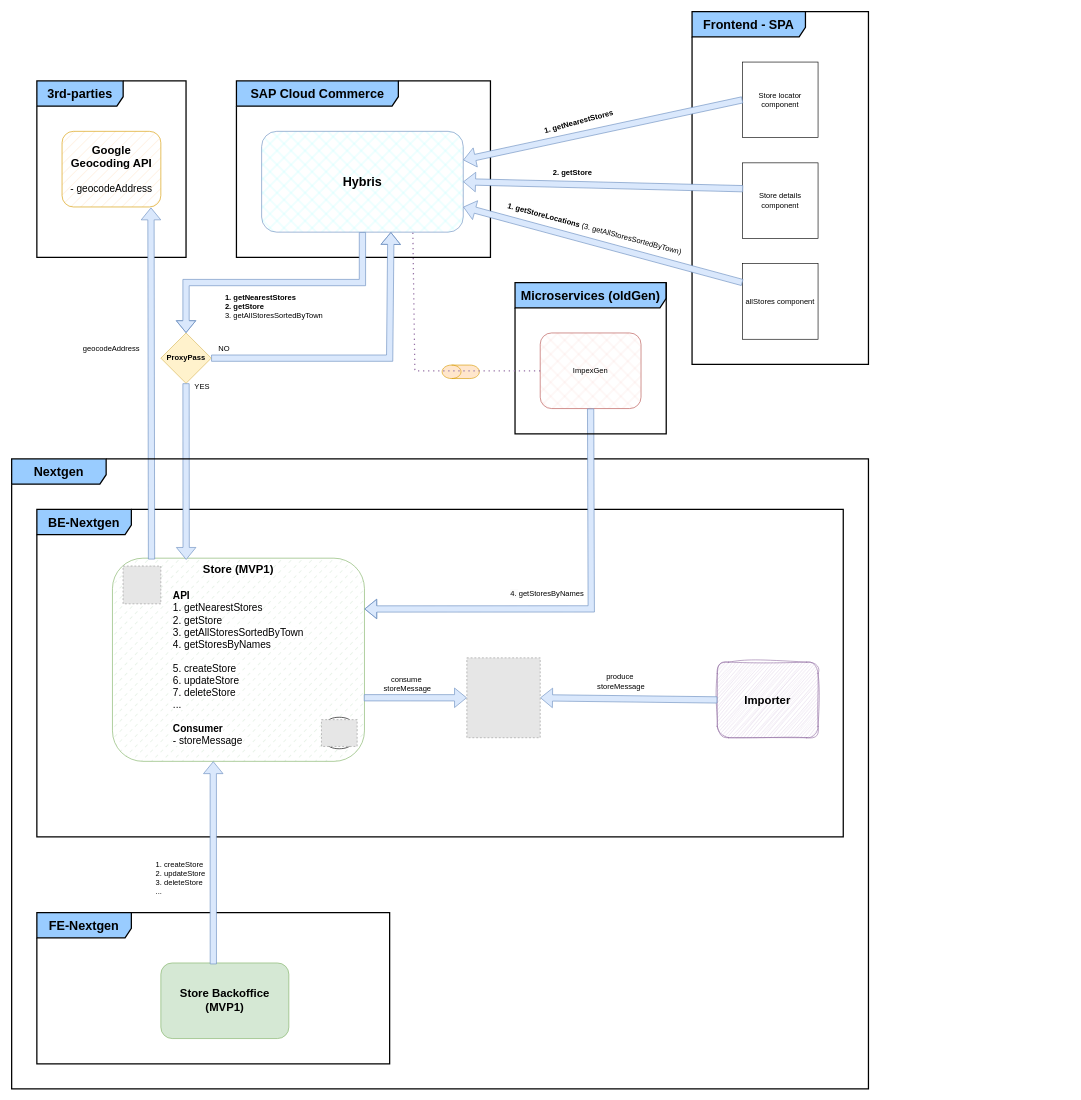
This is graphs/store-macroservice.drawio from d-figuccia/draw-io, a draw.io file, before an edit. Source tidied: cells renumbered, new cells numbered last; positions are measured from the earlier drawing's top-left corner, leaving out a move shared by most shapes. Both pictures are drawn from the tidied source at 63%, with x=0, y=0 at pixel (11, 11). Pictures stored in the file or linked from it are replaced by grey dashed boxes.
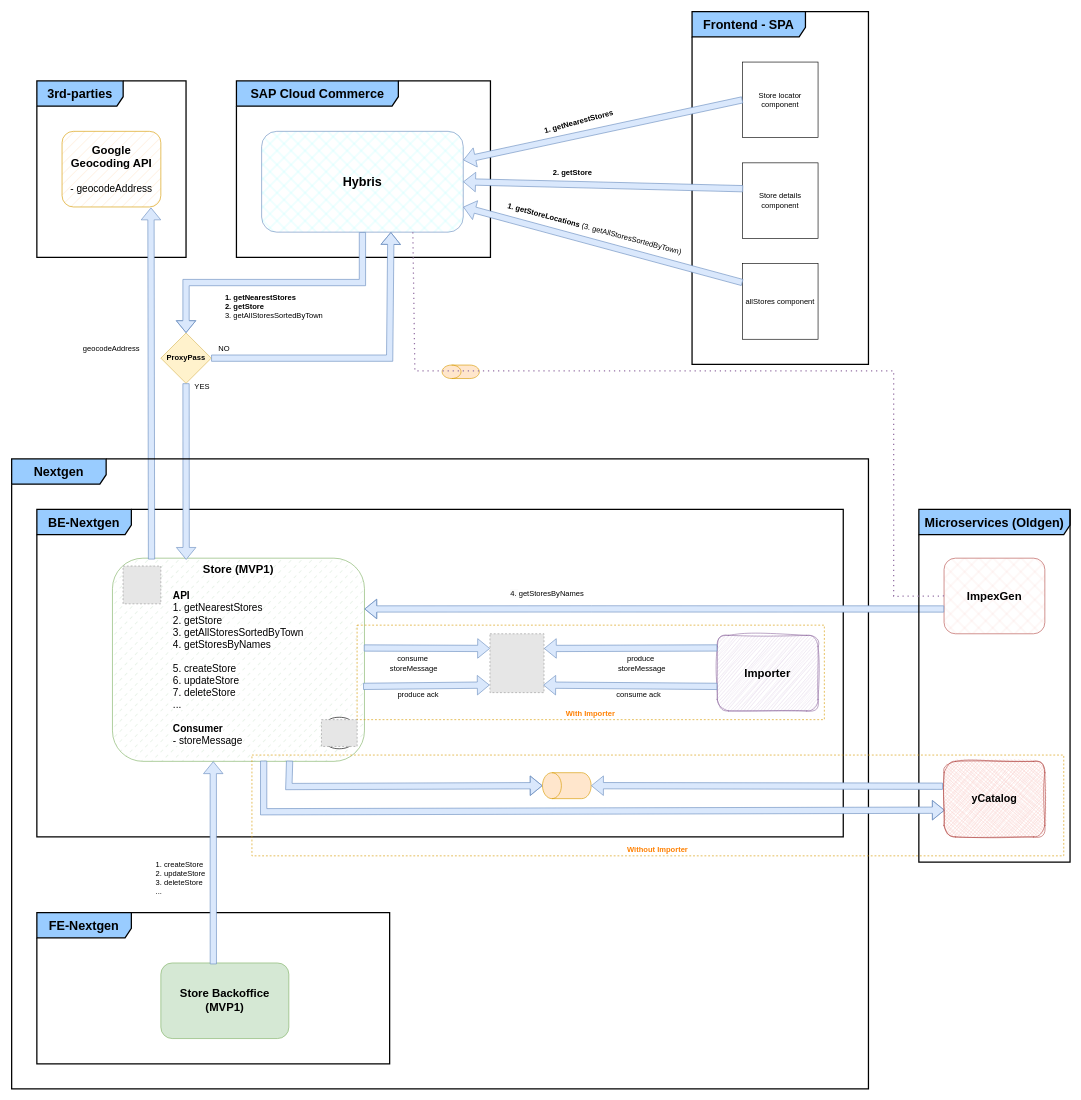
Above is the later version.

The change refers to these unchanged cells:
```xml
<mxCell id="5" value="&lt;span style=&quot;font-size: 18px; font-weight: 700; text-align: left;&quot;&gt;Store (MVP1)&lt;/span&gt;&lt;div&gt;&lt;span style=&quot;font-size: 18px; font-weight: 700; text-align: left;&quot;&gt;&lt;br&gt;&lt;/span&gt;&lt;/div&gt;&lt;div style=&quot;text-align: left; font-size: 16px;&quot;&gt;&lt;font style=&quot;font-size: 16px;&quot;&gt;&lt;b&gt;API&lt;/b&gt;&lt;/font&gt;&lt;/div&gt;&lt;div style=&quot;text-align: left; font-size: 16px;&quot;&gt;&lt;font style=&quot;font-size: 16px;&quot;&gt;1.&amp;nbsp;&lt;span style=&quot;background-color: initial; text-align: center; text-wrap: nowrap;&quot;&gt;getNearestStores&lt;/span&gt;&lt;/font&gt;&lt;/div&gt;&lt;div style=&quot;text-align: left; font-size: 16px;&quot;&gt;&lt;font style=&quot;font-size: 16px;&quot;&gt;&lt;span style=&quot;&quot;&gt;2.&amp;nbsp;&lt;/span&gt;&lt;span style=&quot;background-color: initial; text-align: center; text-wrap: nowrap;&quot;&gt;getStore&lt;/span&gt;&lt;/font&gt;&lt;/div&gt;&lt;div style=&quot;text-align: left; font-size: 16px;&quot;&gt;&lt;font style=&quot;font-size: 16px;&quot;&gt;3.&amp;nbsp;&lt;span style=&quot;background-color: rgb(255, 255, 255); text-wrap: nowrap; text-align: center;&quot;&gt;getAllStoresSortedByTown&lt;/span&gt;&lt;/font&gt;&lt;/div&gt;&lt;div style=&quot;text-align: left; font-size: 16px;&quot;&gt;&lt;font style=&quot;font-size: 16px;&quot;&gt;&lt;span style=&quot;background-color: rgb(255, 255, 255); text-wrap: nowrap; text-align: center;&quot;&gt;4.&amp;nbsp;&lt;/span&gt;&lt;/font&gt;&lt;span style=&quot;background-color: rgb(255, 255, 255); text-wrap: nowrap; text-align: center;&quot;&gt;getStoresByNames&lt;/span&gt;&lt;/div&gt;&lt;div style=&quot;text-align: left; font-size: 16px;&quot;&gt;&lt;font style=&quot;font-size: 16px;&quot;&gt;&lt;span style=&quot;background-color: rgb(255, 255, 255); text-wrap: nowrap; text-align: center;&quot;&gt;&lt;br&gt;&lt;/span&gt;&lt;/font&gt;&lt;/div&gt;&lt;div style=&quot;text-align: left; font-size: 16px;&quot;&gt;&lt;font style=&quot;font-size: 16px;&quot;&gt;&lt;span style=&quot;background-color: rgb(255, 255, 255); text-wrap: nowrap; text-align: center;&quot;&gt;5. createStore&lt;/span&gt;&lt;/font&gt;&lt;/div&gt;&lt;div style=&quot;text-align: left; font-size: 16px;&quot;&gt;&lt;font style=&quot;font-size: 16px;&quot;&gt;&lt;span style=&quot;background-color: rgb(255, 255, 255); text-wrap: nowrap; text-align: center;&quot;&gt;6. updateStore&lt;/span&gt;&lt;/font&gt;&lt;/div&gt;&lt;div style=&quot;text-align: left; font-size: 16px;&quot;&gt;&lt;font style=&quot;font-size: 16px;&quot;&gt;&lt;span style=&quot;background-color: rgb(255, 255, 255); text-wrap: nowrap; text-align: center;&quot;&gt;7. deleteStore&lt;/span&gt;&lt;/font&gt;&lt;/div&gt;&lt;div style=&quot;text-align: left; font-size: 16px;&quot;&gt;&lt;font style=&quot;font-size: 16px;&quot;&gt;&lt;span style=&quot;background-color: rgb(255, 255, 255); text-wrap: nowrap; text-align: center;&quot;&gt;...&lt;/span&gt;&lt;/font&gt;&lt;span style=&quot;background-color: rgb(255, 255, 255); text-align: center; text-wrap: nowrap;&quot;&gt;&amp;nbsp;&lt;/span&gt;&lt;/div&gt;&lt;div style=&quot;text-align: left; font-size: 16px;&quot;&gt;&lt;font style=&quot;font-size: 16px;&quot;&gt;&lt;span style=&quot;background-color: rgb(255, 255, 255); text-wrap: nowrap; text-align: center;&quot;&gt;&lt;br&gt;&lt;/span&gt;&lt;/font&gt;&lt;/div&gt;&lt;div style=&quot;text-align: left; font-size: 16px;&quot;&gt;&lt;font style=&quot;font-size: 16px;&quot;&gt;&lt;span style=&quot;background-color: rgb(255, 255, 255); text-wrap: nowrap; text-align: center;&quot;&gt;&lt;b&gt;Consumer&lt;/b&gt;&lt;/span&gt;&lt;/font&gt;&lt;/div&gt;&lt;div style=&quot;text-align: left; font-size: 16px;&quot;&gt;&lt;font style=&quot;font-size: 16px;&quot;&gt;&lt;span style=&quot;background-color: rgb(255, 255, 255); text-wrap: nowrap; text-align: center;&quot;&gt;- storeMessage&lt;/span&gt;&lt;/font&gt;&lt;/div&gt;" style="rounded=1;whiteSpace=wrap;html=1;glass=0;shadow=0;fillColor=#d5e8d4;strokeColor=#82b366;fillStyle=dashed;verticalAlign=top;" parent="1" vertex="1">
  <mxGeometry x="160" y="867.5" width="400" height="322.5" as="geometry" />
</mxCell>
<mxCell id="12" value="&lt;font style=&quot;font-size: 20px;&quot;&gt;Hybris&lt;/font&gt;" style="rounded=1;whiteSpace=wrap;html=1;fillStyle=cross-hatch;fillColor=#99FFFF;strokeColor=#6c8ebf;fontSize=18;fontStyle=1;verticalAlign=middle;" parent="1" vertex="1">
  <mxGeometry x="396.8" y="190" width="320" height="160" as="geometry" />
</mxCell>
```

Change to the diagram source:
```diff
@@
     <mxCell id="2" value="&lt;span style=&quot;font-size: 18px; font-weight: 700; text-align: left;&quot;&gt;Importer&lt;/span&gt;" style="rounded=1;whiteSpace=wrap;html=1;sketch=1;curveFitting=1;jiggle=2;glass=0;shadow=0;fillColor=#e1d5e7;strokeColor=#9673a6;" parent="1" vertex="1">
-      <mxGeometry x="1120" y="1032.5" width="160" height="120" as="geometry" />
+      <mxGeometry x="1120" y="990" width="160" height="120" as="geometry" />
     </mxCell>
-    <mxCell id="3" style="shape=flexArrow;endArrow=classic;html=1;rounded=0;exitX=0;exitY=0.5;exitDx=0;exitDy=0;fillColor=#dae8fc;strokeColor=#6c8ebf;entryX=1;entryY=0.5;entryDx=0;entryDy=0;" parent="1" edge="1" source="2" target="45">
-      <mxGeometry relative="1" as="geometry" />
+    <mxCell id="3" style="shape=flexArrow;endArrow=classic;html=1;rounded=0;fillColor=#dae8fc;strokeColor=#6c8ebf;entryX=1;entryY=0.25;entryDx=0;entryDy=0;" parent="1" edge="1" target="45">
+      <mxGeometry relative="1" as="geometry">
+        <mxPoint x="1120" y="1010" as="sourcePoint" />
+      </mxGeometry>
     </mxCell>
-    <mxCell id="4" value="produce&amp;nbsp;&lt;div style=&quot;font-size: 12px;&quot;&gt;storeMessage&lt;/div&gt;" style="edgeLabel;html=1;align=center;verticalAlign=middle;fontSize=12;" parent="3" vertex="1">
+    <mxCell id="4" value="produce&amp;nbsp;&lt;div style=&quot;font-size: 12px;&quot;&gt;storeMessage&lt;/div&gt;" style="edgeLabel;html=1;align=center;verticalAlign=middle;fontSize=12;labelBackgroundColor=default;" parent="3" vertex="1">
       <mxGeometry x="0.28" y="1" relative="1" as="geometry">
-        <mxPoint x="26" y="-29" as="offset" />
+        <mxPoint x="55" y="23" as="offset" />
       </mxGeometry>
     </mxCell>
@@
-    <mxCell id="6" style="shape=flexArrow;endArrow=classic;html=1;rounded=0;fillColor=#dae8fc;strokeColor=#6c8ebf;entryX=0;entryY=0.5;entryDx=0;entryDy=0;exitX=0.998;exitY=0.687;exitDx=0;exitDy=0;exitPerimeter=0;" parent="1" edge="1" source="5" target="45">
+    <mxCell id="6" style="shape=flexArrow;endArrow=classic;html=1;rounded=0;fillColor=#dae8fc;strokeColor=#6c8ebf;entryX=0;entryY=0.25;entryDx=0;entryDy=0;exitX=0.998;exitY=0.442;exitDx=0;exitDy=0;exitPerimeter=0;" parent="1" edge="1" source="5" target="45">
       <mxGeometry relative="1" as="geometry" />
     </mxCell>
-    <mxCell id="7" value="consume&amp;nbsp;&lt;div style=&quot;font-size: 12px;&quot;&gt;storeMessage&lt;/div&gt;" style="edgeLabel;html=1;align=center;verticalAlign=middle;fontSize=12;" parent="1" vertex="1">
-      <mxGeometry x="660" y="1032.5" as="geometry">
+    <mxCell id="7" value="consume&amp;nbsp;&lt;div style=&quot;font-size: 12px;&quot;&gt;storeMessage&lt;/div&gt;" style="edgeLabel;html=1;align=center;verticalAlign=middle;fontSize=12;labelBackgroundColor=default;" parent="1" vertex="1">
+      <mxGeometry x="670" y="1000" as="geometry">
         <mxPoint x="-33" y="34" as="offset" />
       </mxGeometry>
     </mxCell>
@@
-    <mxCell id="37" value="ImpexGen" style="rounded=1;whiteSpace=wrap;html=1;fillColor=#f8cecc;strokeColor=#b85450;fillStyle=cross-hatch;" parent="1" vertex="1">
-      <mxGeometry x="839" y="510" width="160" height="120" as="geometry" />
+    <mxCell id="37" value="&lt;b&gt;&lt;font style=&quot;font-size: 18px;&quot;&gt;ImpexGen&lt;/font&gt;&lt;/b&gt;" style="rounded=1;whiteSpace=wrap;html=1;fillColor=#f8cecc;strokeColor=#b85450;fillStyle=cross-hatch;" parent="1" vertex="1">
+      <mxGeometry x="1480" y="867.5" width="160" height="120" as="geometry" />
     </mxCell>
-    <mxCell id="38" style="shape=flexArrow;endArrow=classic;html=1;rounded=0;fillColor=#dae8fc;strokeColor=#6c8ebf;entryX=1;entryY=0.25;entryDx=0;entryDy=0;exitX=0.5;exitY=1;exitDx=0;exitDy=0;" parent="1" edge="1" source="37" target="5">
+    <mxCell id="38" style="shape=flexArrow;endArrow=classic;html=1;rounded=0;fillColor=#dae8fc;strokeColor=#6c8ebf;entryX=1;entryY=0.25;entryDx=0;entryDy=0;exitX=0;exitY=0.672;exitDx=0;exitDy=0;exitPerimeter=0;" parent="1" edge="1" source="37" target="5">
       <mxGeometry relative="1" as="geometry">
         <Array as="points">
           <mxPoint x="920" y="948" />
         </Array>
       </mxGeometry>
     </mxCell>
@@
-    <mxCell id="40" value="Microservices (oldGen)" style="shape=umlFrame;whiteSpace=wrap;html=1;width=250;height=40;strokeWidth=2;fillColor=#99CCFF;fontStyle=1;fontSize=20;" parent="1" vertex="1">
-      <mxGeometry x="799" y="430" width="240" height="240" as="geometry" />
+    <mxCell id="40" value="Microservices (Oldgen)" style="shape=umlFrame;whiteSpace=wrap;html=1;width=250;height=40;strokeWidth=2;fillColor=#99CCFF;fontStyle=1;fontSize=20;" parent="1" vertex="1">
+      <mxGeometry x="1440" y="790" width="240" height="560" as="geometry" />
     </mxCell>
@@
     <mxCell id="42" style="endArrow=none;dashed=1;html=1;dashPattern=1 3;strokeWidth=2;rounded=0;entryX=0.75;entryY=1;entryDx=0;entryDy=0;exitX=0;exitY=0.5;exitDx=0;exitDy=0;fillColor=#e1d5e7;strokeColor=#9673a6;" parent="1" edge="1" source="37" target="12">
       <mxGeometry relative="1" as="geometry">
         <Array as="points">
+          <mxPoint x="1400" y="928" />
+          <mxPoint x="1400" y="570" />
           <mxPoint x="640" y="570" />
         </Array>
       </mxGeometry>
     </mxCell>
@@
     <mxCell id="45" style="fillColor=#E6E6E6;strokeColor=#999999;dashed=1;verticalLabelPosition=bottom;labelBackgroundColor=default;verticalAlign=top;" parent="1" vertex="1">
-      <mxGeometry x="722.5" y="1025.7" width="116.5" height="126.8" as="geometry" />
+      <mxGeometry x="759.2" y="987.5" width="85.8" height="93.4" as="geometry" />
     </mxCell>
@@
+    <mxCell id="47" style="shape=flexArrow;endArrow=classic;html=1;rounded=0;exitX=0.6;exitY=0.997;exitDx=0;exitDy=0;entryX=0.006;entryY=0.646;entryDx=0;entryDy=0;entryPerimeter=0;fillColor=#dae8fc;strokeColor=#6c8ebf;exitPerimeter=0;" parent="1" edge="1" source="5" target="48">
+      <mxGeometry relative="1" as="geometry">
+        <Array as="points">
+          <mxPoint x="400" y="1270" />
+        </Array>
+      </mxGeometry>
+    </mxCell>
+    <mxCell id="48" value="&lt;b&gt;&lt;font style=&quot;font-size: 17px;&quot;&gt;yCatalog&lt;/font&gt;&lt;/b&gt;" style="rounded=1;whiteSpace=wrap;html=1;fillColor=#f8cecc;strokeColor=#b85450;fillStyle=cross-hatch;sketch=1;curveFitting=1;jiggle=2;" parent="1" vertex="1">
+      <mxGeometry x="1480" y="1190" width="160" height="120" as="geometry" />
+    </mxCell>
+    <mxCell id="49" style="shape=flexArrow;endArrow=classic;html=1;rounded=0;entryX=0.5;entryY=0;entryDx=0;entryDy=0;entryPerimeter=0;fillColor=#dae8fc;strokeColor=#6c8ebf;exitX=0.703;exitY=0.997;exitDx=0;exitDy=0;exitPerimeter=0;" parent="1" edge="1" source="5" target="50">
+      <mxGeometry relative="1" as="geometry">
+        <Array as="points">
+          <mxPoint x="440" y="1230" />
+        </Array>
+      </mxGeometry>
+    </mxCell>
+    <mxCell id="50" value="&lt;div style=&quot;text-align: left;&quot;&gt;&lt;br&gt;&lt;/div&gt;" style="shape=cylinder3;whiteSpace=wrap;html=1;boundedLbl=1;backgroundOutline=1;size=15;rotation=-90;fillColor=#ffe6cc;fillStyle=solid;strokeColor=#d79b00;" parent="1" vertex="1">
+      <mxGeometry x="860.6" y="1190" width="41.2" height="77.2" as="geometry" />
+    </mxCell>
+    <mxCell id="51" style="shape=flexArrow;endArrow=classic;html=1;rounded=0;exitX=-0.012;exitY=0.329;exitDx=0;exitDy=0;exitPerimeter=0;entryX=0.5;entryY=1;entryDx=0;entryDy=0;entryPerimeter=0;fillColor=#dae8fc;strokeColor=#6c8ebf;" parent="1" edge="1" source="48" target="50">
+      <mxGeometry relative="1" as="geometry" />
+    </mxCell>
+    <mxCell id="52" value="&lt;font color=&quot;#ff8000&quot;&gt;&lt;b&gt;With Importer&lt;/b&gt;&lt;/font&gt;" style="rounded=0;whiteSpace=wrap;html=1;fillColor=none;strokeColor=#d79b00;dashed=1;verticalAlign=bottom;" parent="1" vertex="1">
+      <mxGeometry x="548.3" y="973.8" width="741.7" height="150" as="geometry" />
+    </mxCell>
+    <mxCell id="53" value="&lt;font color=&quot;#ff8000&quot;&gt;&lt;b&gt;Without Importer&lt;/b&gt;&lt;/font&gt;" style="rounded=0;whiteSpace=wrap;html=1;fillColor=none;strokeColor=#d79b00;dashed=1;verticalAlign=bottom;" parent="1" vertex="1">
+      <mxGeometry x="381.4" y="1180" width="1288.6" height="160" as="geometry" />
+    </mxCell>
+    <mxCell id="54" style="shape=flexArrow;endArrow=classic;html=1;rounded=0;entryX=-0.006;entryY=0.871;entryDx=0;entryDy=0;entryPerimeter=0;fillColor=#dae8fc;strokeColor=#6c8ebf;exitX=0.995;exitY=0.631;exitDx=0;exitDy=0;exitPerimeter=0;" parent="1" edge="1" source="5" target="45">
+      <mxGeometry relative="1" as="geometry" />
+    </mxCell>
+    <mxCell id="55" value="produce ack" style="text;html=1;align=center;verticalAlign=middle;strokeColor=none;fillColor=none;labelBackgroundColor=default;" parent="1" vertex="1">
+      <mxGeometry x="600" y="1070" width="90" height="30" as="geometry" />
+    </mxCell>
+    <mxCell id="56" style="shape=flexArrow;endArrow=classic;html=1;rounded=0;entryX=0.988;entryY=0.872;entryDx=0;entryDy=0;entryPerimeter=0;fillColor=#dae8fc;strokeColor=#6c8ebf;exitX=0;exitY=0.675;exitDx=0;exitDy=0;exitPerimeter=0;" parent="1" edge="1" source="2" target="45">
+      <mxGeometry relative="1" as="geometry" />
+    </mxCell>
+    <mxCell id="57" value="consume ack" style="text;html=1;align=center;verticalAlign=middle;strokeColor=none;fillColor=none;labelBackgroundColor=default;" parent="1" vertex="1">
+      <mxGeometry x="950" y="1070" width="90" height="30" as="geometry" />
+    </mxCell>
```
